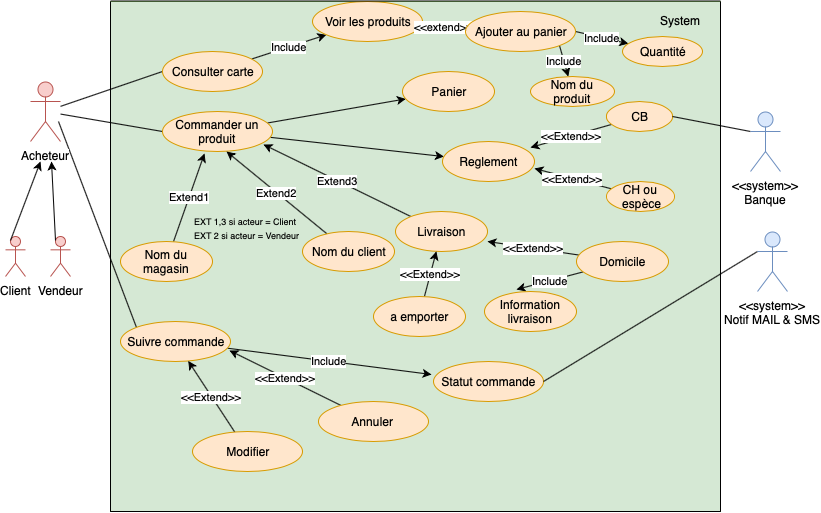
AxlMi/OC_Project4 keeps this draw.io diagram as PNG/Untitled Diagram_Context.drawio-2-3-5 00.36.11-Diagramme_gestion_commande.png. Above is the earlier version. Source tidied: cells renumbered, new cells last; positions are measured from the earlier drawing's top-left corner, leaving out a move shared by most shapes.
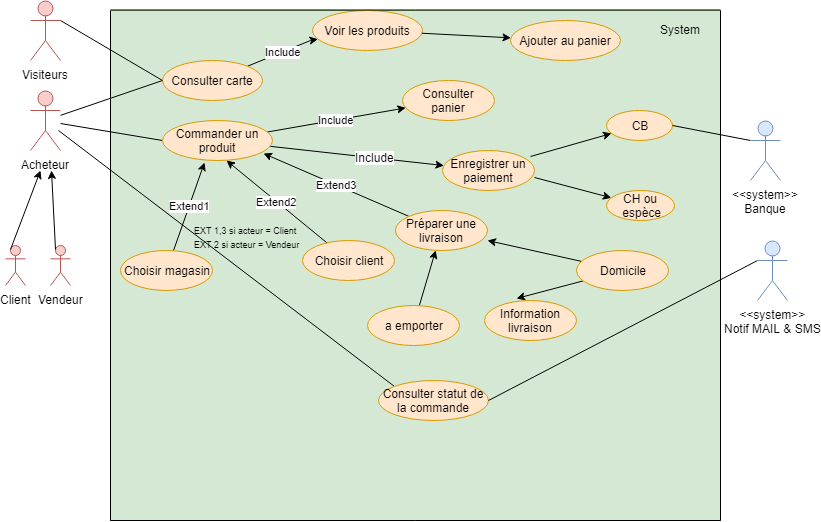
The same file after the commit.

What changed in the source:
```diff
@@ -8,8 +8,10 @@
     <mxCell id="3" style="edgeStyle=none;rounded=0;jettySize=auto;html=1;entryX=0;entryY=0.5;entryDx=0;entryDy=0;labelBackgroundColor=#6666FF;endArrow=none;endFill=0;fontColor=#000000;" parent="1" edge="1" source="6" target="12">
       <mxGeometry relative="1" as="geometry" />
     </mxCell>
-    <mxCell id="4" style="edgeStyle=none;rounded=0;jettySize=auto;html=1;entryX=0;entryY=0.5;entryDx=0;entryDy=0;labelBackgroundColor=#6666FF;endArrow=none;endFill=0;fontColor=#000000;" parent="1" edge="1" source="6" target="16">
-      <mxGeometry relative="1" as="geometry" />
+    <mxCell id="4" style="edgeStyle=none;rounded=0;jettySize=auto;html=1;entryX=0;entryY=0.5;entryDx=0;entryDy=0;labelBackgroundColor=#6666FF;endArrow=none;endFill=0;fontColor=#000000;" parent="1" edge="1" target="16">
+      <mxGeometry relative="1" as="geometry">
+        <mxPoint x="55" y="113" as="sourcePoint" />
+      </mxGeometry>
     </mxCell>
     <mxCell id="5" style="edgeStyle=none;rounded=0;jettySize=auto;html=1;entryX=0;entryY=0;entryDx=0;entryDy=0;labelBackgroundColor=#6666FF;endArrow=none;endFill=0;fontColor=#000000;" parent="1" edge="1" target="37">
       <mxGeometry relative="1" as="geometry">
@@ -36,7 +38,11 @@
       </mxGeometry>
     </mxCell>
     <mxCell id="11" value="Include" style="rounded=0;jettySize=auto;html=1;" parent="1" edge="1" source="12" target="13">
-      <mxGeometry relative="1" as="geometry" />
+      <mxGeometry relative="1" as="geometry">
+        <Array as="points">
+          <mxPoint x="305" y="30" />
+        </Array>
+      </mxGeometry>
     </mxCell>
     <mxCell id="12" value="Consulter carte" style="ellipse;whiteSpace=wrap;html=1;fillColor=#ffe6cc;strokeColor=#d79b00;" parent="1" vertex="1">
       <mxGeometry x="157" y="50" width="100" height="40" as="geometry" />
@@ -44,31 +50,22 @@
     <mxCell id="13" value="Voir les produits" style="ellipse;whiteSpace=wrap;html=1;fillColor=#ffe6cc;strokeColor=#d79b00;" parent="1" vertex="1">
       <mxGeometry x="307" width="110" height="40" as="geometry" />
     </mxCell>
-    <mxCell id="14" style="edgeStyle=none;rounded=0;jettySize=auto;html=1;" parent="1" edge="1" source="16" target="19">
+    <mxCell id="14" value="Include" style="edgeStyle=none;rounded=0;jettySize=auto;html=1;" parent="1" edge="1" source="16" target="19">
       <mxGeometry relative="1" as="geometry" />
     </mxCell>
     <mxCell id="15" style="edgeStyle=none;rounded=0;jettySize=auto;html=1;" parent="1" edge="1" source="16" target="22">
       <mxGeometry relative="1" as="geometry" />
     </mxCell>
+    <mxCell id="58" value="Include" style="text;html=1;align=center;verticalAlign=middle;labelBackgroundColor=#ffffff;" parent="15" vertex="1">
+      <mxGeometry x="0.2" y="1" relative="1" as="geometry" />
+    </mxCell>
     <mxCell id="16" value="Commander un produit" style="ellipse;whiteSpace=wrap;html=1;fillColor=#ffe6cc;strokeColor=#d79b00;" parent="1" vertex="1">
       <mxGeometry x="157" y="110" width="110" height="40" as="geometry" />
     </mxCell>
-    <mxCell id="17" value="Include" style="edgeStyle=none;rounded=0;jettySize=auto;html=1;exitX=1;exitY=0.5;exitDx=0;exitDy=0;" parent="1" edge="1" source="57" target="20">
-      <mxGeometry relative="1" as="geometry" />
-    </mxCell>
-    <mxCell id="18" value="Include" style="edgeStyle=none;rounded=0;jettySize=auto;html=1;exitX=1;exitY=1;exitDx=0;exitDy=0;" parent="1" edge="1" source="57" target="21">
-      <mxGeometry relative="1" as="geometry" />
-    </mxCell>
-    <mxCell id="19" value="Panier" style="ellipse;whiteSpace=wrap;html=1;fillColor=#ffe6cc;strokeColor=#d79b00;" parent="1" vertex="1">
+    <mxCell id="19" value="Consulter panier" style="ellipse;whiteSpace=wrap;html=1;fillColor=#ffe6cc;strokeColor=#d79b00;" parent="1" vertex="1">
       <mxGeometry x="397" y="70" width="92" height="40" as="geometry" />
     </mxCell>
-    <mxCell id="20" value="Quantité" style="ellipse;whiteSpace=wrap;html=1;fillColor=#ffe6cc;strokeColor=#d79b00;" parent="1" vertex="1">
-      <mxGeometry x="617" y="35" width="80" height="30" as="geometry" />
-    </mxCell>
-    <mxCell id="21" value="Nom du produit" style="ellipse;whiteSpace=wrap;html=1;fillColor=#ffe6cc;strokeColor=#d79b00;" parent="1" vertex="1">
-      <mxGeometry x="525" y="75" width="84" height="30" as="geometry" />
-    </mxCell>
-    <mxCell id="22" value="Reglement" style="ellipse;whiteSpace=wrap;html=1;fillColor=#ffe6cc;strokeColor=#d79b00;" parent="1" vertex="1">
+    <mxCell id="22" value="Enregistrer un paiement" style="ellipse;whiteSpace=wrap;html=1;fillColor=#ffe6cc;strokeColor=#d79b00;" parent="1" vertex="1">
       <mxGeometry x="437" y="140" width="92" height="40" as="geometry" />
     </mxCell>
     <mxCell id="23" value="Extend2" style="edgeStyle=none;rounded=0;jettySize=auto;html=1;" parent="1" edge="1" source="24">
@@ -76,13 +73,13 @@
         <mxPoint x="221" y="150" as="targetPoint" />
       </mxGeometry>
     </mxCell>
-    <mxCell id="24" value="Nom du client" style="ellipse;whiteSpace=wrap;html=1;fillColor=#ffe6cc;strokeColor=#d79b00;" parent="1" vertex="1">
+    <mxCell id="24" value="Choisir client" style="ellipse;whiteSpace=wrap;html=1;fillColor=#ffe6cc;strokeColor=#d79b00;" parent="1" vertex="1">
       <mxGeometry x="297" y="230" width="92" height="40" as="geometry" />
     </mxCell>
     <mxCell id="25" value="Extend1" style="edgeStyle=none;rounded=0;jettySize=auto;html=1;entryX=0.382;entryY=1.05;entryDx=0;entryDy=0;entryPerimeter=0;" parent="1" edge="1" source="26" target="16">
       <mxGeometry relative="1" as="geometry" />
     </mxCell>
-    <mxCell id="26" value="Nom du magasin" style="ellipse;whiteSpace=wrap;html=1;fillColor=#ffe6cc;strokeColor=#d79b00;" parent="1" vertex="1">
+    <mxCell id="26" value="Choisir magasin" style="ellipse;whiteSpace=wrap;html=1;fillColor=#ffe6cc;strokeColor=#d79b00;" parent="1" vertex="1">
       <mxGeometry x="115" y="240" width="92" height="40" as="geometry" />
     </mxCell>
     <mxCell id="27" value="&lt;font style=&quot;font-size: 9px&quot;&gt;&lt;font style=&quot;font-size: 9px&quot;&gt;EXT 1,3 si acteur = Client&lt;br&gt;&lt;/font&gt;&lt;font style=&quot;font-size: 9px&quot;&gt;EXT 2 si acteur = Vendeur&lt;/font&gt;&lt;/font&gt;&lt;br&gt;" style="text;html=1;align=left;verticalAlign=top;spacingTop=-4;" parent="1" vertex="1">
@@ -91,55 +88,37 @@
     <mxCell id="28" value="Extend3" style="edgeStyle=none;rounded=0;jettySize=auto;html=1;entryX=0.918;entryY=0.825;entryDx=0;entryDy=0;entryPerimeter=0;" parent="1" edge="1" source="29" target="16">
       <mxGeometry relative="1" as="geometry" />
     </mxCell>
-    <mxCell id="29" value="Livraison" style="ellipse;whiteSpace=wrap;html=1;fillColor=#ffe6cc;strokeColor=#d79b00;" parent="1" vertex="1">
-      <mxGeometry x="390" y="210" width="92" height="40" as="geometry" />
+    <mxCell id="29" value="Préparer une livraison" style="ellipse;whiteSpace=wrap;html=1;fillColor=#ffe6cc;strokeColor=#d79b00;" parent="1" vertex="1">
+      <mxGeometry x="390" y="200" width="92" height="40" as="geometry" />
     </mxCell>
-    <mxCell id="30" value="&amp;lt;&amp;lt;Extend&amp;gt;&amp;gt;" style="edgeStyle=none;rounded=0;jettySize=auto;html=1;entryX=1;entryY=0.75;entryDx=0;entryDy=0;entryPerimeter=0;" parent="1" edge="1" source="32" target="29">
+    <mxCell id="30" style="edgeStyle=none;rounded=0;jettySize=auto;html=1;entryX=1;entryY=0.75;entryDx=0;entryDy=0;entryPerimeter=0;" parent="1" edge="1" source="32" target="29">
       <mxGeometry relative="1" as="geometry" />
     </mxCell>
-    <mxCell id="31" value="Include" style="edgeStyle=none;rounded=0;jettySize=auto;html=1;entryX=0.348;entryY=-0.05;entryDx=0;entryDy=0;entryPerimeter=0;" parent="1" edge="1" source="32" target="35">
+    <mxCell id="31" style="edgeStyle=none;rounded=0;jettySize=auto;html=1;entryX=0.348;entryY=-0.05;entryDx=0;entryDy=0;entryPerimeter=0;" parent="1" edge="1" source="32" target="35">
       <mxGeometry relative="1" as="geometry" />
     </mxCell>
     <mxCell id="32" value="Domicile" style="ellipse;whiteSpace=wrap;html=1;fillColor=#ffe6cc;strokeColor=#d79b00;" parent="1" vertex="1">
       <mxGeometry x="571" y="240" width="92" height="40" as="geometry" />
     </mxCell>
-    <mxCell id="33" value="&amp;lt;&amp;lt;Extend&amp;gt;&amp;gt;" style="edgeStyle=none;rounded=0;jettySize=auto;html=1;" parent="1" edge="1" source="34" target="29">
+    <mxCell id="33" style="edgeStyle=none;rounded=0;jettySize=auto;html=1;" parent="1" edge="1" source="34" target="29">
       <mxGeometry relative="1" as="geometry" />
     </mxCell>
     <mxCell id="34" value="a emporter" style="ellipse;whiteSpace=wrap;html=1;fillColor=#ffe6cc;strokeColor=#d79b00;" parent="1" vertex="1">
-      <mxGeometry x="368" y="295" width="92" height="40" as="geometry" />
+      <mxGeometry x="362" y="295" width="92" height="40" as="geometry" />
     </mxCell>
     <mxCell id="35" value="Information livraison" style="ellipse;whiteSpace=wrap;html=1;fillColor=#ffe6cc;strokeColor=#d79b00;" parent="1" vertex="1">
       <mxGeometry x="479" y="290" width="92" height="40" as="geometry" />
     </mxCell>
-    <mxCell id="36" value="Include" style="edgeStyle=none;rounded=0;jettySize=auto;html=1;entryX=-0.018;entryY=0.325;entryDx=0;entryDy=0;entryPerimeter=0;" parent="1" edge="1" source="37" target="42">
-      <mxGeometry relative="1" as="geometry" />
-    </mxCell>
-    <mxCell id="37" value="Suivre commande" style="ellipse;whiteSpace=wrap;html=1;fillColor=#ffe6cc;strokeColor=#d79b00;" parent="1" vertex="1">
-      <mxGeometry x="115" y="320" width="110" height="40" as="geometry" />
+    <mxCell id="37" value="Consulter statut de la commande" style="ellipse;whiteSpace=wrap;html=1;fillColor=#ffe6cc;strokeColor=#d79b00;" parent="1" vertex="1">
+      <mxGeometry x="373" y="370" width="110" height="40" as="geometry" />
     </mxCell>
-    <mxCell id="38" value="&amp;lt;&amp;lt;Extend&amp;gt;&amp;gt;" style="edgeStyle=none;rounded=0;jettySize=auto;html=1;entryX=0.991;entryY=0.725;entryDx=0;entryDy=0;entryPerimeter=0;" parent="1" edge="1" source="39" target="37">
-      <mxGeometry relative="1" as="geometry" />
-    </mxCell>
-    <mxCell id="39" value="Annuler&amp;nbsp;" style="ellipse;whiteSpace=wrap;html=1;fillColor=#ffe6cc;strokeColor=#d79b00;" parent="1" vertex="1">
-      <mxGeometry x="313" y="400" width="110" height="40" as="geometry" />
-    </mxCell>
-    <mxCell id="40" value="&amp;lt;&amp;lt;Extend&amp;gt;&amp;gt;" style="edgeStyle=none;rounded=0;jettySize=auto;html=1;" parent="1" edge="1" source="41" target="37">
-      <mxGeometry relative="1" as="geometry" />
-    </mxCell>
-    <mxCell id="41" value="Modifier" style="ellipse;whiteSpace=wrap;html=1;fillColor=#ffe6cc;strokeColor=#d79b00;" parent="1" vertex="1">
-      <mxGeometry x="187" y="430" width="110" height="40" as="geometry" />
-    </mxCell>
-    <mxCell id="42" value="Statut commande" style="ellipse;whiteSpace=wrap;html=1;fillColor=#ffe6cc;strokeColor=#d79b00;" parent="1" vertex="1">
-      <mxGeometry x="428" y="360" width="110" height="40" as="geometry" />
-    </mxCell>
-    <mxCell id="43" value="&amp;lt;&amp;lt;Extend&amp;gt;&amp;gt;" style="edgeStyle=none;rounded=0;jettySize=auto;html=1;entryX=0.957;entryY=0.15;entryDx=0;entryDy=0;entryPerimeter=0;" parent="1" edge="1" source="44" target="22">
+    <mxCell id="43" style="edgeStyle=none;rounded=0;jettySize=auto;html=1;entryX=0.957;entryY=0.15;entryDx=0;entryDy=0;entryPerimeter=0;startArrow=classic;startFill=1;endArrow=none;endFill=0;" parent="1" edge="1" source="44" target="22">
       <mxGeometry relative="1" as="geometry" />
     </mxCell>
     <mxCell id="44" value="CB" style="ellipse;whiteSpace=wrap;html=1;fillColor=#ffe6cc;strokeColor=#d79b00;shadow=0;" parent="1" vertex="1">
       <mxGeometry x="601" y="100" width="66" height="30" as="geometry" />
     </mxCell>
-    <mxCell id="45" value="&amp;lt;&amp;lt;Extend&amp;gt;&amp;gt;" style="edgeStyle=none;rounded=0;jettySize=auto;html=1;entryX=1;entryY=0.675;entryDx=0;entryDy=0;entryPerimeter=0;" parent="1" edge="1" source="46" target="22">
+    <mxCell id="45" style="edgeStyle=none;rounded=0;jettySize=auto;html=1;entryX=1;entryY=0.675;entryDx=0;entryDy=0;entryPerimeter=0;startArrow=classic;startFill=1;endArrow=none;endFill=0;" parent="1" edge="1" source="46" target="22">
       <mxGeometry relative="1" as="geometry" />
     </mxCell>
     <mxCell id="46" value="CH ou &amp;nbsp;espèce" style="ellipse;whiteSpace=wrap;html=1;fillColor=#ffe6cc;strokeColor=#d79b00;" parent="1" vertex="1">
@@ -178,17 +157,23 @@
     <mxCell id="53" value="&amp;lt;&amp;lt;system&amp;gt;&amp;gt;&lt;br&gt;Banque&lt;br&gt;" style="shape=umlActor;verticalLabelPosition=bottom;labelBackgroundColor=#ffffff;verticalAlign=top;html=1;strokeColor=#6c8ebf;fillColor=#dae8fc;" parent="1" vertex="1">
       <mxGeometry x="745" y="110" width="30" height="60" as="geometry" />
     </mxCell>
-    <mxCell id="54" style="edgeStyle=none;rounded=0;jettySize=auto;html=1;entryX=1;entryY=0.5;entryDx=0;entryDy=0;endArrow=none;endFill=0;exitX=0;exitY=0.3333333333333333;exitDx=0;exitDy=0;exitPerimeter=0;" parent="1" edge="1" source="55" target="42">
+    <mxCell id="54" style="edgeStyle=none;rounded=0;jettySize=auto;html=1;entryX=1;entryY=0.5;entryDx=0;entryDy=0;endArrow=none;endFill=0;exitX=0;exitY=0.3333333333333333;exitDx=0;exitDy=0;exitPerimeter=0;" parent="1" edge="1" source="55" target="37">
       <mxGeometry relative="1" as="geometry" />
     </mxCell>
     <mxCell id="55" value="&amp;lt;&amp;lt;system&amp;gt;&amp;gt;&lt;br&gt;Notif MAIL &amp;amp; SMS&lt;br&gt;" style="shape=umlActor;verticalLabelPosition=bottom;labelBackgroundColor=#ffffff;verticalAlign=top;html=1;strokeColor=#6c8ebf;fillColor=#dae8fc;" parent="1" vertex="1">
       <mxGeometry x="752" y="230" width="30" height="60" as="geometry" />
     </mxCell>
-    <mxCell id="56" value="&amp;lt;&amp;lt;extend&amp;gt;&amp;gt;" style="edgeStyle=none;rounded=0;jettySize=auto;html=1;" parent="1" edge="1" source="57" target="13">
+    <mxCell id="56" style="edgeStyle=none;rounded=0;jettySize=auto;html=1;endArrow=none;endFill=0;startArrow=classic;startFill=1;" parent="1" edge="1" source="57" target="13">
       <mxGeometry relative="1" as="geometry" />
     </mxCell>
     <mxCell id="57" value="Ajouter au panier" style="ellipse;whiteSpace=wrap;html=1;fillColor=#ffe6cc;strokeColor=#d79b00;" parent="1" vertex="1">
-      <mxGeometry x="460" y="10" width="110" height="40" as="geometry" />
+      <mxGeometry x="505" y="10" width="110" height="40" as="geometry" />
     </mxCell>
+    <mxCell id="59" style="rounded=0;jettySize=auto;html=1;exitX=1;exitY=0.3333333333333333;exitDx=0;exitDy=0;exitPerimeter=0;endArrow=none;endFill=0;entryX=0;entryY=0.5;entryDx=0;entryDy=0;" parent="1" edge="1" source="60" target="12">
+      <mxGeometry relative="1" as="geometry" />
+    </mxCell>
+    <mxCell id="60" value="Visiteurs&lt;br&gt;" style="shape=umlActor;verticalLabelPosition=bottom;labelBackgroundColor=#ffffff;verticalAlign=top;html=1;strokeColor=#b85450;fillColor=#f8cecc;" parent="1" vertex="1">
+      <mxGeometry x="25" y="-10" width="30" height="60" as="geometry" />
+    </mxCell>
   </root>
 </mxGraphModel>
```
